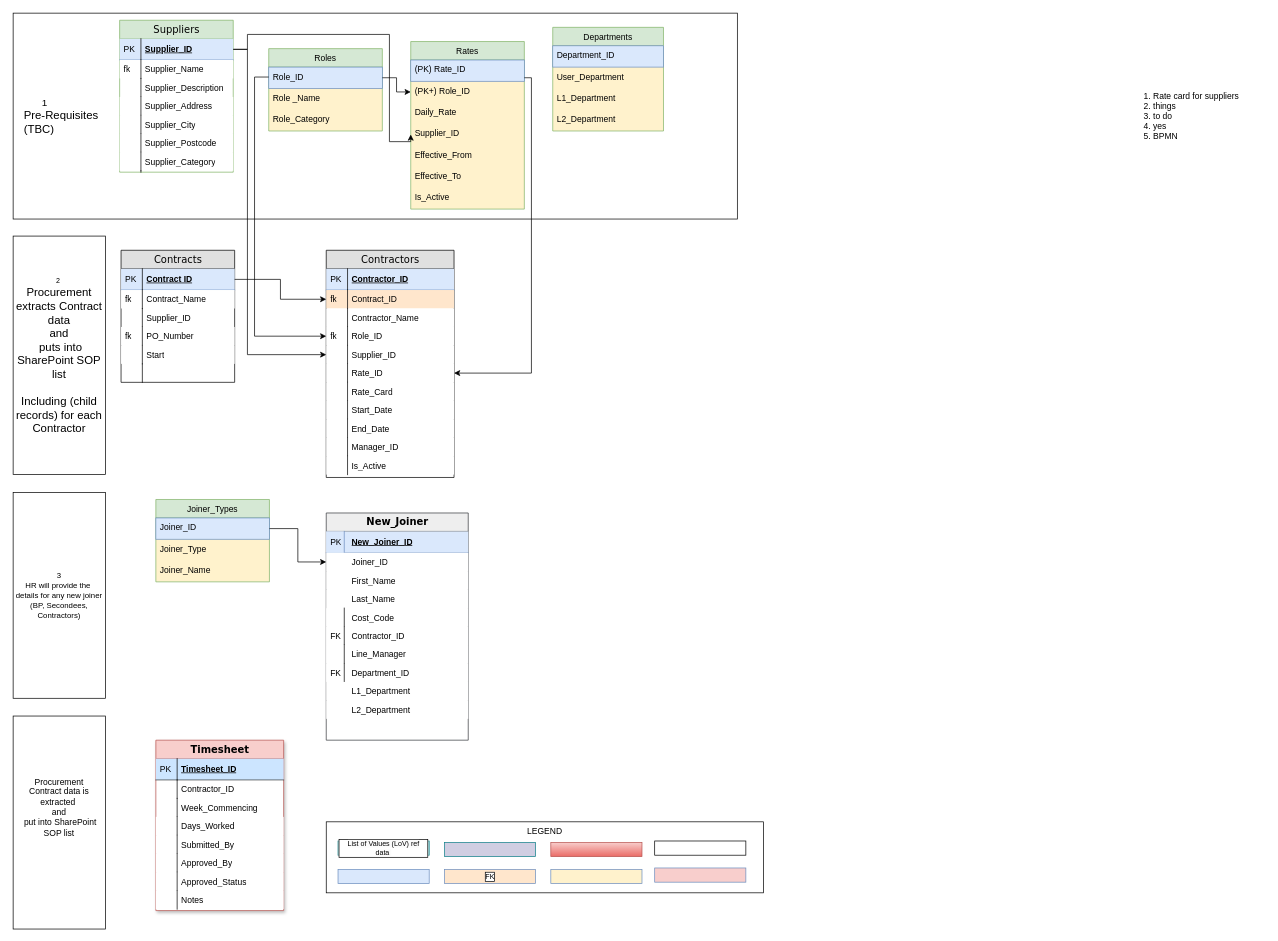
This is page "LDM-TimeSheet" (3 of 3) of ERP_Landscape.drawio from pavasgarg/test1, a draw.io file, before an edit. Source tidied: cells renumbered, new cells numbered last; positions are measured from the earlier drawing's top-left corner, leaving out a move shared by most shapes. Both pictures are drawn from the tidied source at 71%, with x=0, y=0 at pixel (13, 13).
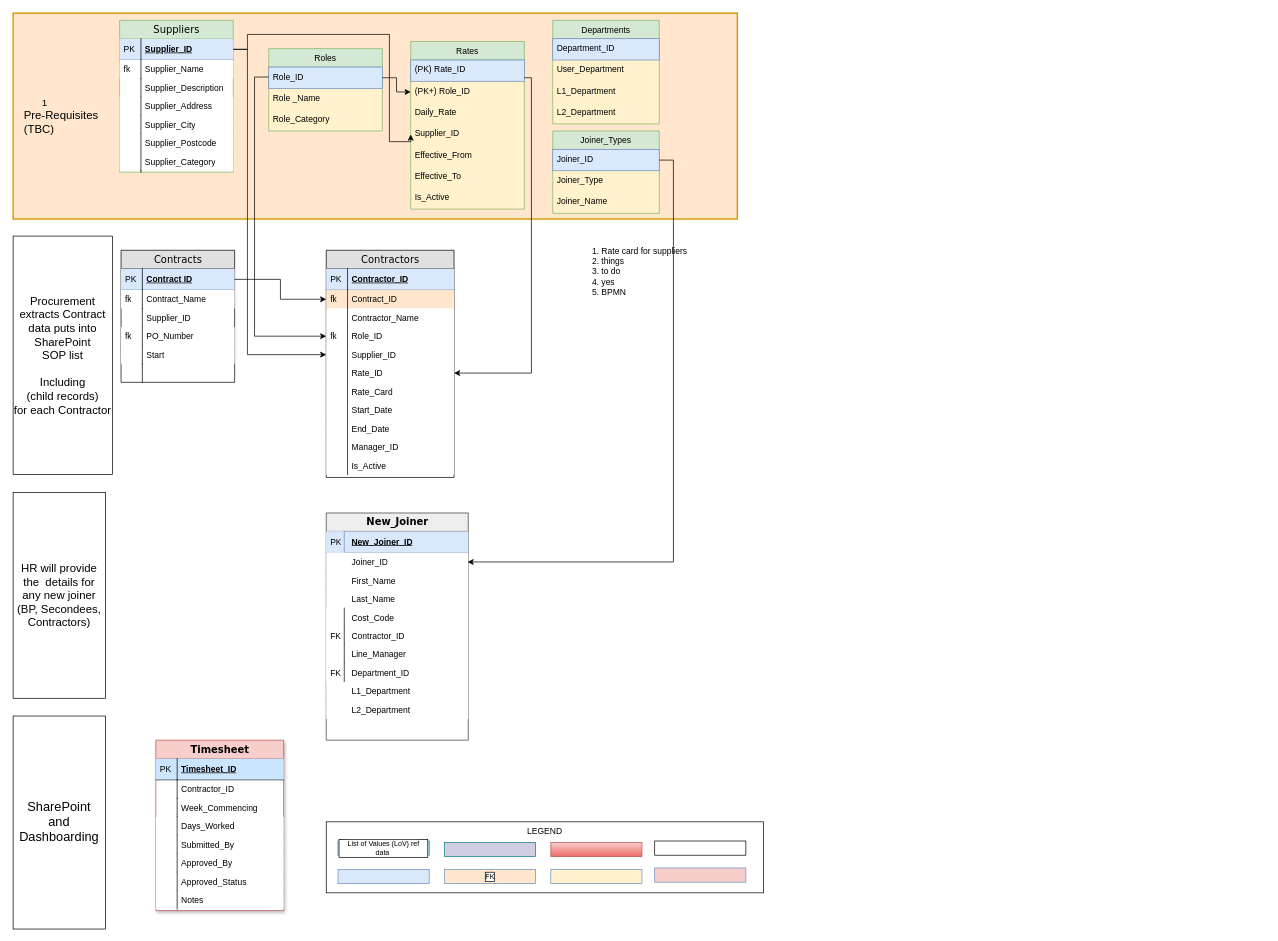
After the change.

Unchanged cells that the change refers to:
```xml
<mxCell id="63" value="Joiner_ID" style="shape=partialRectangle;top=0;left=0;right=0;bottom=0;html=1;align=left;verticalAlign=top;spacingLeft=34;spacingRight=4;whiteSpace=wrap;overflow=hidden;points=[[0,0.5],[1,0.5]];portConstraint=eastwest;" parent="60" vertex="1">
  <mxGeometry y="56" width="200" height="26" as="geometry" />
</mxCell>
```

Change to the diagram source:
```diff
@@
-    <mxCell id="2" value="&lt;div&gt;&lt;span style=&quot;background-color: transparent; color: light-dark(rgb(0, 0, 0), rgb(255, 255, 255));&quot;&gt;&lt;font style=&quot;font-size: 14px;&quot;&gt;&amp;nbsp; &amp;nbsp; &amp;nbsp; &amp;nbsp; &amp;nbsp; 1&lt;/font&gt;&lt;/span&gt;&lt;/div&gt;&lt;div&gt;&lt;span style=&quot;background-color: transparent; color: light-dark(rgb(0, 0, 0), rgb(255, 255, 255));&quot;&gt;&lt;font size=&quot;3&quot;&gt;&amp;nbsp; &amp;nbsp;Pre-Requisites&lt;/font&gt;&lt;/span&gt;&lt;/div&gt;&lt;div&gt;&lt;span style=&quot;background-color: transparent; color: light-dark(rgb(0, 0, 0), rgb(255, 255, 255));&quot;&gt;&lt;font size=&quot;3&quot;&gt;&amp;nbsp; &amp;nbsp;(TBC)&lt;/font&gt;&lt;/span&gt;&lt;/div&gt;" style="rounded=0;whiteSpace=wrap;html=1;align=left;" parent="1" vertex="1">
+    <mxCell id="2" value="&lt;div&gt;&lt;span style=&quot;background-color: transparent; color: light-dark(rgb(0, 0, 0), rgb(255, 255, 255));&quot;&gt;&lt;font style=&quot;font-size: 14px;&quot;&gt;&amp;nbsp; &amp;nbsp; &amp;nbsp; &amp;nbsp; &amp;nbsp; 1&lt;/font&gt;&lt;/span&gt;&lt;/div&gt;&lt;div&gt;&lt;span style=&quot;background-color: transparent; color: light-dark(rgb(0, 0, 0), rgb(255, 255, 255));&quot;&gt;&lt;font size=&quot;3&quot;&gt;&amp;nbsp; &amp;nbsp;Pre-Requisites&lt;/font&gt;&lt;/span&gt;&lt;/div&gt;&lt;div&gt;&lt;span style=&quot;background-color: transparent; color: light-dark(rgb(0, 0, 0), rgb(255, 255, 255));&quot;&gt;&lt;font size=&quot;3&quot;&gt;&amp;nbsp; &amp;nbsp;(TBC)&lt;/font&gt;&lt;/span&gt;&lt;/div&gt;" style="rounded=0;whiteSpace=wrap;html=1;align=left;fillColor=#ffe6cc;strokeColor=#d79b00;strokeWidth=2;" parent="1" vertex="1">
       <mxGeometry width="1020" height="290" as="geometry" />
     </mxCell>
@@
     <mxCell id="76" value="Departments" style="swimlane;fontStyle=0;horizontal=1;startSize=26;align=center;fontSize=12;swimlaneFillColor=#FFF2CC;fillColor=#d5e8d4;strokeColor=#82b366;" parent="1" vertex="1">
-      <mxGeometry x="760" y="20" width="156" height="146" as="geometry" />
+      <mxGeometry x="760" y="10" width="150" height="146" as="geometry" />
     </mxCell>
     <mxCell id="77" value="Department_ID" style="text;strokeColor=#6c8ebf;fillColor=#dae8fc;spacingLeft=4;spacingRight=4;overflow=hidden;fontSize=12;" parent="76" vertex="1">
-      <mxGeometry y="26" width="156" height="30" as="geometry" />
+      <mxGeometry y="26" width="150" height="30" as="geometry" />
     </mxCell>
     <mxCell id="78" value="User_Department" style="text;strokeColor=none;fillColor=none;spacingLeft=4;spacingRight=4;overflow=hidden;fontSize=12;" parent="76" vertex="1">
-      <mxGeometry y="56" width="156" height="30" as="geometry" />
+      <mxGeometry y="56" width="150" height="30" as="geometry" />
     </mxCell>
     <mxCell id="79" value="L1_Department" style="text;strokeColor=none;fillColor=none;spacingLeft=4;spacingRight=4;overflow=hidden;fontSize=12;" parent="76" vertex="1">
-      <mxGeometry y="86" width="156" height="30" as="geometry" />
+      <mxGeometry y="86" width="150" height="30" as="geometry" />
     </mxCell>
     <mxCell id="80" value="L2_Department" style="text;strokeColor=none;fillColor=none;spacingLeft=4;spacingRight=4;overflow=hidden;fontSize=12;" parent="76" vertex="1">
-      <mxGeometry y="116" width="156" height="30" as="geometry" />
+      <mxGeometry y="116" width="150" height="30" as="geometry" />
     </mxCell>
@@
     <mxCell id="99" value="&lt;ol&gt;&lt;li&gt;Rate card for suppliers&lt;/li&gt;&lt;li&gt;things&lt;/li&gt;&lt;li&gt;to do&lt;/li&gt;&lt;li&gt;yes&lt;/li&gt;&lt;li&gt;BPMN&lt;/li&gt;&lt;/ol&gt;" style="text;strokeColor=none;fillColor=none;html=1;whiteSpace=wrap;verticalAlign=middle;overflow=hidden;" parent="1" vertex="1">
-      <mxGeometry x="1564" y="10" width="200" height="270" as="geometry" />
+      <mxGeometry x="787" y="314" width="200" height="100" as="geometry" />
     </mxCell>
@@
-    <mxCell id="117" value="&lt;font style=&quot;font-size: 10px;&quot;&gt;2&amp;nbsp;&lt;/font&gt;&lt;div&gt;&lt;font size=&quot;3&quot;&gt;Procurement&lt;/font&gt;&lt;div&gt;&lt;font size=&quot;3&quot;&gt;extracts Contract data&lt;/font&gt;&lt;/div&gt;&lt;div&gt;&lt;font size=&quot;3&quot;&gt;and&lt;/font&gt;&lt;/div&gt;&lt;div&gt;&lt;font size=&quot;3&quot;&gt;&amp;nbsp;puts into SharePoint SOP list&lt;/font&gt;&lt;/div&gt;&lt;div&gt;&lt;font size=&quot;3&quot;&gt;&lt;br&gt;&lt;/font&gt;&lt;/div&gt;&lt;div&gt;&lt;font size=&quot;3&quot;&gt;Including (child records) for each Contractor&lt;/font&gt;&lt;/div&gt;&lt;/div&gt;" style="rounded=0;whiteSpace=wrap;html=1;" parent="1" vertex="1">
-      <mxGeometry y="314" width="130" height="336" as="geometry" />
+    <mxCell id="117" value="&lt;div&gt;&lt;font size=&quot;3&quot;&gt;Procurement&lt;/font&gt;&lt;div&gt;&lt;font size=&quot;3&quot;&gt;extracts Contract data&amp;nbsp;&lt;/font&gt;&lt;span style=&quot;background-color: transparent; color: light-dark(rgb(0, 0, 0), rgb(255, 255, 255)); font-size: medium;&quot;&gt;puts&amp;nbsp;&lt;/span&gt;&lt;span style=&quot;background-color: transparent; color: light-dark(rgb(0, 0, 0), rgb(255, 255, 255)); font-size: medium;&quot;&gt;into SharePoint&lt;/span&gt;&lt;/div&gt;&lt;div&gt;&lt;span style=&quot;background-color: transparent; color: light-dark(rgb(0, 0, 0), rgb(255, 255, 255)); font-size: medium;&quot;&gt;SOP list&lt;/span&gt;&lt;/div&gt;&lt;div&gt;&lt;font size=&quot;3&quot;&gt;&lt;br&gt;&lt;/font&gt;&lt;/div&gt;&lt;div&gt;&lt;font size=&quot;3&quot;&gt;Including&lt;/font&gt;&lt;/div&gt;&lt;div&gt;&lt;font size=&quot;3&quot;&gt;(child records)&lt;/font&gt;&lt;/div&gt;&lt;div&gt;&lt;font size=&quot;3&quot;&gt;for each Contractor&lt;/font&gt;&lt;/div&gt;&lt;/div&gt;" style="rounded=0;whiteSpace=wrap;html=1;" parent="1" vertex="1">
+      <mxGeometry y="314" width="140" height="336" as="geometry" />
     </mxCell>
-    <mxCell id="118" value="Procurement&lt;div&gt;Contract data is extracted&amp;nbsp;&lt;/div&gt;&lt;div&gt;and&lt;/div&gt;&lt;div&gt;&amp;nbsp;put into SharePoint SOP list&lt;/div&gt;&lt;div&gt;&lt;br&gt;&lt;/div&gt;&lt;div&gt;&amp;nbsp;&lt;/div&gt;&lt;div&gt;&lt;br&gt;&lt;/div&gt;" style="rounded=0;whiteSpace=wrap;html=1;" parent="1" vertex="1">
+    <mxCell id="118" value="&lt;div&gt;&lt;font style=&quot;font-size: 18px;&quot;&gt;SharePoint&lt;/font&gt;&lt;/div&gt;&lt;div&gt;&lt;font style=&quot;font-size: 18px;&quot;&gt;and Dashboarding&lt;/font&gt;&lt;/div&gt;" style="rounded=0;whiteSpace=wrap;html=1;" parent="1" vertex="1">
       <mxGeometry y="990" width="130" height="300" as="geometry" />
     </mxCell>
@@
-    <mxCell id="120" value="&lt;span style=&quot;font-size: 11px;&quot;&gt;3&lt;/span&gt;&lt;div&gt;&lt;span style=&quot;font-size: 11px;&quot;&gt;HR will provide the&amp;nbsp; details for any new joiner (BP, Secondees, Contractors)&lt;/span&gt;&lt;/div&gt;" style="rounded=0;whiteSpace=wrap;html=1;" parent="1" vertex="1">
+    <mxCell id="120" value="&lt;div&gt;&lt;font size=&quot;3&quot;&gt;HR will provide the&amp;nbsp; details for any new joiner (BP, Secondees, Contractors)&lt;/font&gt;&lt;/div&gt;" style="rounded=0;whiteSpace=wrap;html=1;" parent="1" vertex="1">
       <mxGeometry y="675" width="130" height="290" as="geometry" />
     </mxCell>
     <mxCell id="121" value="Joiner_Types" style="swimlane;fontStyle=0;horizontal=1;startSize=26;align=center;fontSize=12;swimlaneFillColor=#FFF2CC;fillColor=#d5e8d4;strokeColor=#82b366;" parent="1" vertex="1">
-      <mxGeometry x="201" y="685" width="160" height="116" as="geometry" />
+      <mxGeometry x="760" y="166" width="150" height="116" as="geometry" />
     </mxCell>
     <mxCell id="122" value="Joiner_ID" style="text;strokeColor=#6c8ebf;fillColor=#dae8fc;spacingLeft=4;spacingRight=4;overflow=hidden;points=[[0,0.5],[1,0.5]];portConstraint=eastwest;fontSize=12;" parent="121" vertex="1">
-      <mxGeometry y="26" width="160" height="30" as="geometry" />
+      <mxGeometry y="26" width="150" height="30" as="geometry" />
     </mxCell>
     <mxCell id="123" value="Joiner_Type" style="text;spacingLeft=4;spacingRight=4;overflow=hidden;fontSize=12;" parent="121" vertex="1">
-      <mxGeometry y="56" width="160" height="30" as="geometry" />
+      <mxGeometry y="56" width="150" height="30" as="geometry" />
     </mxCell>
     <mxCell id="124" value="Joiner_Name" style="text;spacingLeft=4;spacingRight=4;overflow=hidden;fontSize=12;" parent="121" vertex="1">
-      <mxGeometry y="86" width="160" height="30" as="geometry" />
+      <mxGeometry y="86" width="150" height="30" as="geometry" />
     </mxCell>
-    <mxCell id="125" style="edgeStyle=orthogonalEdgeStyle;rounded=0;jettySize=auto;html=1;entryX=0;entryY=0.5;entryDx=0;entryDy=0;" parent="1" edge="1" source="122" target="63">
-      <mxGeometry relative="1" as="geometry" />
+    <mxCell id="125" style="edgeStyle=orthogonalEdgeStyle;rounded=0;jettySize=auto;html=1;" parent="1" edge="1" source="122">
+      <mxGeometry relative="1" as="geometry">
+        <mxPoint x="640" y="773" as="targetPoint" />
+        <Array as="points">
+          <mxPoint x="930" y="207" />
+          <mxPoint x="930" y="773" />
+        </Array>
+      </mxGeometry>
     </mxCell>
```
